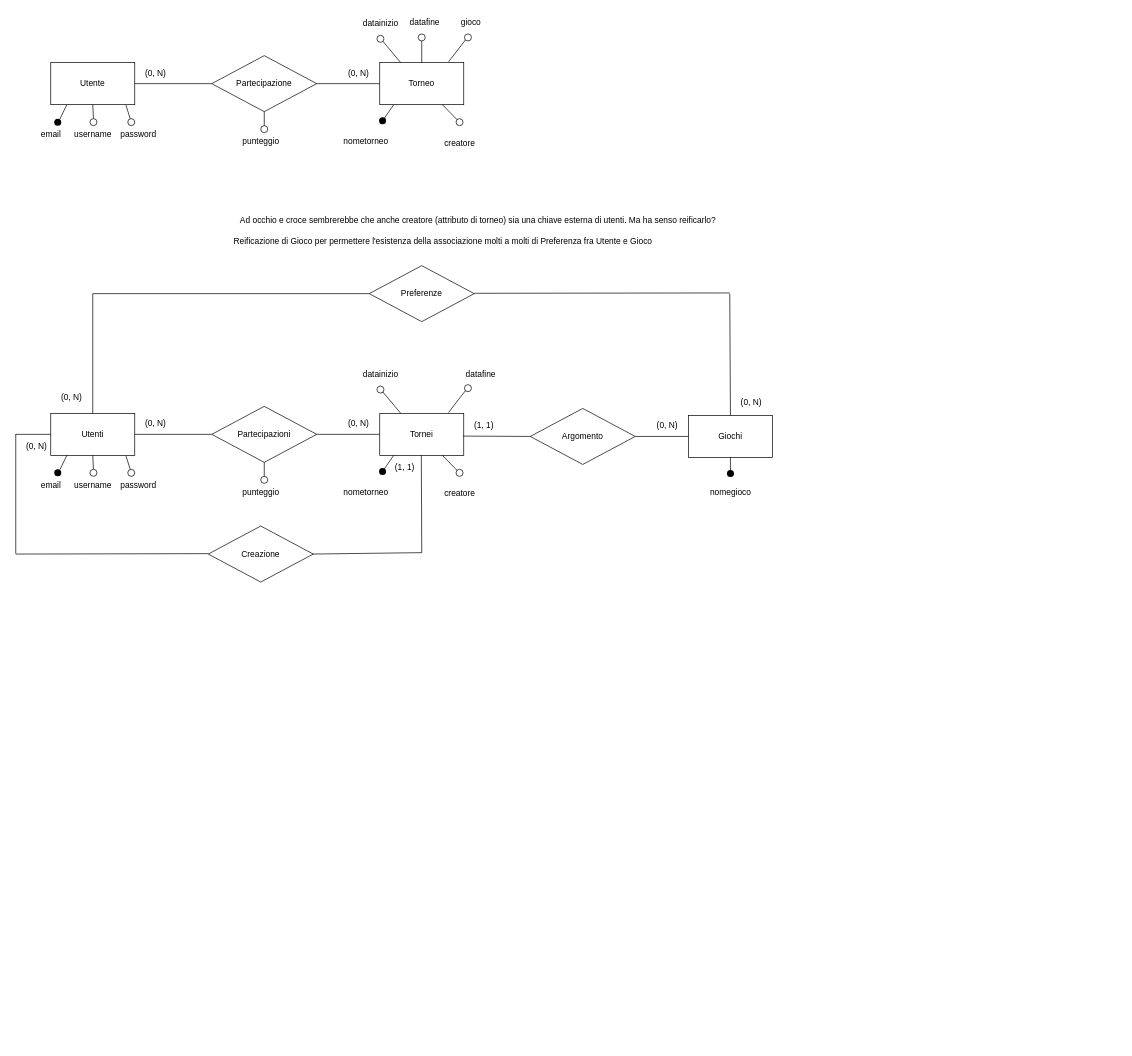
Earlier version of the draw.io diagram EF2/documentazione_progetto/ERADatabase.drawio (IngSW-unipv/Progetto-K24). Source tidied: cells renumbered, new cells numbered last; positions are measured from the earlier drawing's top-left corner, leaving out a move shared by most shapes. Both pictures are drawn from the tidied source at 70%, with x=0, y=0 at pixel (15, 12).
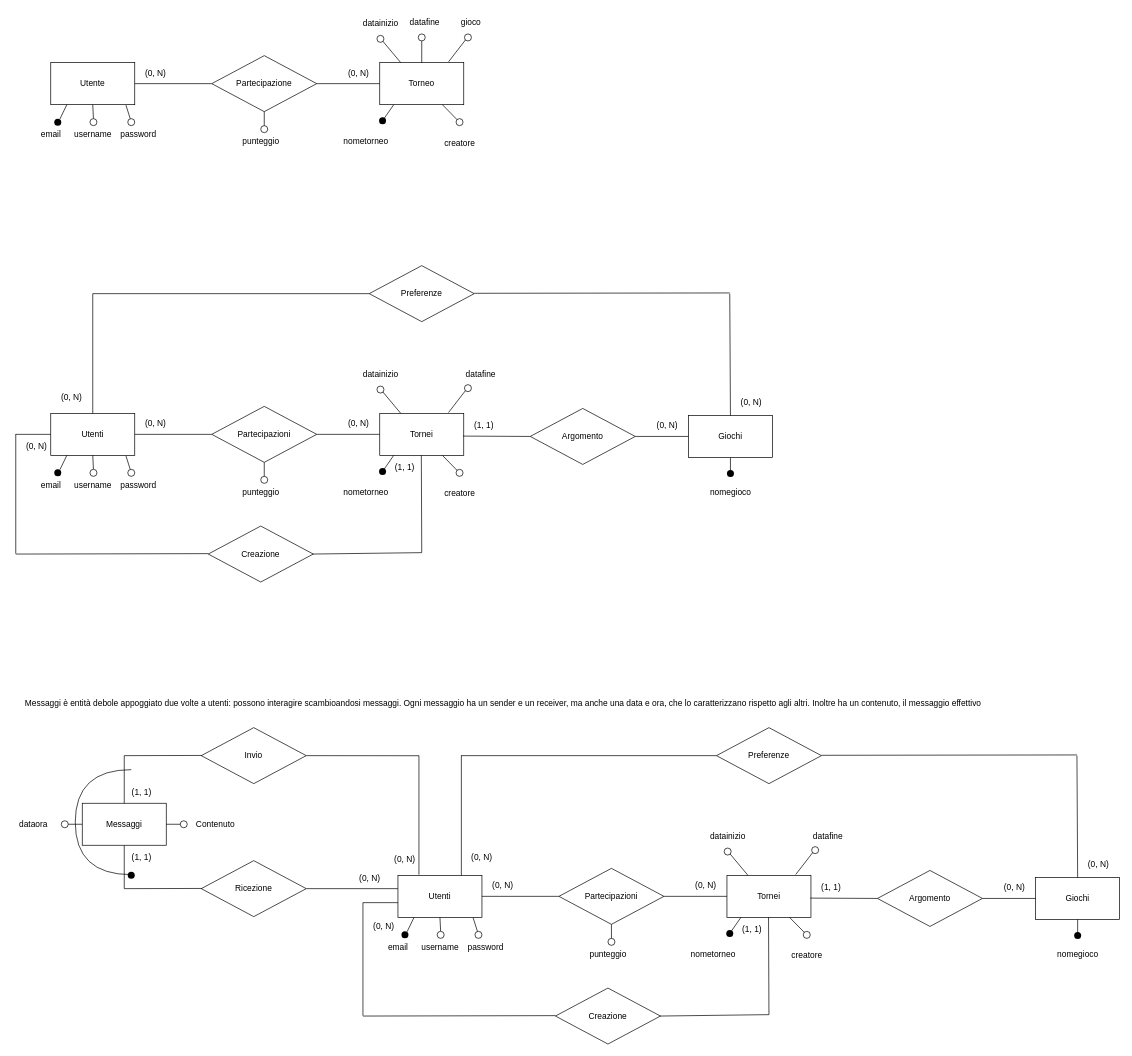
After the change.

The edit, as a diff of the source:
```diff
@@
-    <mxCell id="90" value="Reificazione di Gioco per permettere l'esistenza della associazione molti a molti di Preferenza fra Utente e Gioco" style="text;html=1;align=center;verticalAlign=middle;strokeColor=none;fillColor=none;" parent="1" vertex="1">
-      <mxGeometry x="300" y="312" width="620" height="30" as="geometry" />
-    </mxCell>
-    <mxCell id="91" value="Ad occhio e croce sembrerebbe che anche creatore (attributo di torneo) sia una chiave esterna di utenti. Ma ha senso reificarlo?" style="text;html=1;align=center;verticalAlign=middle;strokeColor=none;fillColor=none;" parent="1" vertex="1">
-      <mxGeometry x="310" y="282" width="700" height="30" as="geometry" />
-    </mxCell>
@@
+    <mxCell id="100" value="Partecipazioni" style="rhombus;whiteSpace=wrap;html=1;" parent="1" vertex="1">
+      <mxGeometry x="776" y="1223" width="150" height="80" as="geometry" />
+    </mxCell>
+    <mxCell id="101" value="Utenti" style="rounded=0;whiteSpace=wrap;html=1;" parent="1" vertex="1">
+      <mxGeometry x="546" y="1233" width="120" height="60" as="geometry" />
+    </mxCell>
+    <mxCell id="102" value="Tornei" style="rounded=0;whiteSpace=wrap;html=1;" parent="1" vertex="1">
+      <mxGeometry x="1016" y="1233" width="120" height="60" as="geometry" />
+    </mxCell>
+    <mxCell id="103" style="endArrow=none;html=1;rounded=0;exitX=1;exitY=0.5;exitDx=0;exitDy=0;entryX=0;entryY=0.5;entryDx=0;entryDy=0;" parent="1" edge="1" source="101" target="100">
+      <mxGeometry relative="1" as="geometry" />
+    </mxCell>
+    <mxCell id="104" style="endArrow=none;html=1;rounded=0;exitX=1;exitY=0.5;exitDx=0;exitDy=0;entryX=0;entryY=0.5;entryDx=0;entryDy=0;" parent="1" edge="1" source="100" target="102">
+      <mxGeometry relative="1" as="geometry" />
+    </mxCell>
+    <mxCell id="105" value="(0, N)" style="text;html=1;align=center;verticalAlign=middle;whiteSpace=wrap;rounded=0;" parent="1" vertex="1">
+      <mxGeometry x="666" y="1233" width="60" height="30" as="geometry" />
+    </mxCell>
+    <mxCell id="106" value="(0, N)" style="text;html=1;align=center;verticalAlign=middle;whiteSpace=wrap;rounded=0;" parent="1" vertex="1">
+      <mxGeometry x="956" y="1233" width="60" height="30" as="geometry" />
+    </mxCell>
+    <mxCell id="107" style="group;" parent="1" vertex="1">
+      <mxGeometry x="602" y="1313" width="10" height="10" as="geometry" />
+    </mxCell>
+    <mxCell id="108" style="endArrow=none;html=1;rounded=0;entryX=0.5;entryY=1;entryDx=0;entryDy=0;" parent="107" edge="1" target="101">
+      <mxGeometry relative="1" as="geometry">
+        <mxPoint x="5" as="sourcePoint" />
+      </mxGeometry>
+    </mxCell>
+    <mxCell id="109" style="ellipse;html=1;" parent="107" vertex="1">
+      <mxGeometry width="10" height="10" as="geometry" />
+    </mxCell>
+    <mxCell id="110" style="shape=waypoint;sketch=0;fillStyle=solid;size=10;fillColor=none;perimeter=centerPerimeter;" parent="1" vertex="1">
+      <mxGeometry x="546" y="1308" width="20" height="20" as="geometry" />
+    </mxCell>
+    <mxCell id="111" style="group;" parent="1" vertex="1">
+      <mxGeometry x="686" y="1353" width="10" height="10" as="geometry" />
+    </mxCell>
+    <mxCell id="112" style="ellipse;whiteSpace=wrap;html=1;" parent="111" vertex="1">
+      <mxGeometry x="-30" y="-40" width="10" height="10" as="geometry" />
+    </mxCell>
+    <mxCell id="113" style="endArrow=none;html=1;rounded=0;entryX=0.895;entryY=1.011;entryDx=0;entryDy=0;entryPerimeter=0;" parent="1" edge="1" source="112" target="101">
+      <mxGeometry relative="1" as="geometry" />
+    </mxCell>
+    <mxCell id="114" style="endArrow=none;html=1;rounded=0;entryX=0.25;entryY=1;entryDx=0;entryDy=0;" parent="1" edge="1">
+      <mxGeometry relative="1" as="geometry">
+        <mxPoint x="559.1" y="1313.5" as="sourcePoint" />
+        <mxPoint x="569" y="1293" as="targetPoint" />
+      </mxGeometry>
+    </mxCell>
+    <mxCell id="115" value="email" style="text;html=1;align=center;verticalAlign=middle;strokeColor=none;fillColor=none;" parent="1" vertex="1">
+      <mxGeometry x="521" y="1321" width="50" height="30" as="geometry" />
+    </mxCell>
+    <mxCell id="116" value="username" style="text;html=1;align=center;verticalAlign=middle;strokeColor=none;fillColor=none;" parent="1" vertex="1">
+      <mxGeometry x="566" y="1321" width="80" height="30" as="geometry" />
+    </mxCell>
+    <mxCell id="117" value="password" style="text;html=1;align=center;verticalAlign=middle;strokeColor=none;fillColor=none;" parent="1" vertex="1">
+      <mxGeometry x="636" y="1321" width="70" height="30" as="geometry" />
+    </mxCell>
+    <mxCell id="118" style="endArrow=none;html=1;rounded=0;exitDx=0;exitDy=0;" parent="1" edge="1" source="127">
+      <mxGeometry relative="1" as="geometry">
+        <mxPoint x="1036" y="1293" as="targetPoint" />
+      </mxGeometry>
+    </mxCell>
+    <mxCell id="119" style="ellipse;html=1;" parent="1" vertex="1">
+      <mxGeometry x="1125" y="1313" width="10" height="10" as="geometry" />
+    </mxCell>
+    <mxCell id="120" style="ellipse;html=1;" parent="1" vertex="1">
+      <mxGeometry x="846" y="1323" width="10" height="10" as="geometry" />
+    </mxCell>
+    <mxCell id="121" style="endArrow=none;html=1;rounded=0;exitX=0;exitY=0;exitDx=0;exitDy=0;" parent="1" edge="1" source="119" target="102">
+      <mxGeometry relative="1" as="geometry" />
+    </mxCell>
+    <mxCell id="122" style="ellipse;html=1;" parent="1" vertex="1">
+      <mxGeometry x="1012" y="1194" width="10" height="10" as="geometry" />
+    </mxCell>
+    <mxCell id="123" style="endArrow=none;html=1;rounded=0;exitX=1;exitY=1;exitDx=0;exitDy=0;entryX=0.25;entryY=0;entryDx=0;entryDy=0;" parent="1" edge="1" source="122" target="102">
+      <mxGeometry relative="1" as="geometry" />
+    </mxCell>
+    <mxCell id="124" style="ellipse;html=1;" parent="1" vertex="1">
+      <mxGeometry x="1137" y="1192" width="10" height="10" as="geometry" />
+    </mxCell>
+    <mxCell id="125" style="endArrow=none;html=1;rounded=0;exitX=0;exitY=1;exitDx=0;exitDy=0;entryX=0.819;entryY=-0.02;entryDx=0;entryDy=0;entryPerimeter=0;" parent="1" edge="1" source="124" target="102">
+      <mxGeometry relative="1" as="geometry" />
+    </mxCell>
+    <mxCell id="126" style="endArrow=none;html=1;rounded=0;exitX=1;exitY=0;exitDx=0;exitDy=0;" parent="1" edge="1" target="127">
+      <mxGeometry relative="1" as="geometry">
+        <mxPoint x="1023.5" y="1312.5" as="sourcePoint" />
+      </mxGeometry>
+    </mxCell>
+    <mxCell id="127" style="shape=waypoint;sketch=0;fillStyle=solid;size=10;points=[];fillColor=none;perimeter=centerPerimeter;snapToPoint=1;" parent="1" vertex="1">
+      <mxGeometry x="1010" y="1306" width="20" height="20" as="geometry" />
+    </mxCell>
+    <mxCell id="128" style="endArrow=none;html=1;rounded=0;exitX=0.5;exitY=0;exitDx=0;exitDy=0;entryX=0.5;entryY=1;entryDx=0;entryDy=0;" parent="1" edge="1">
+      <mxGeometry relative="1" as="geometry">
+        <mxPoint x="851" y="1323" as="sourcePoint" />
+        <mxPoint x="851" y="1303" as="targetPoint" />
+      </mxGeometry>
+    </mxCell>
+    <mxCell id="129" value="nometorneo" style="text;html=1;align=center;verticalAlign=middle;strokeColor=none;fillColor=none;" parent="1" vertex="1">
+      <mxGeometry x="951" y="1331" width="90" height="30" as="geometry" />
+    </mxCell>
+    <mxCell id="130" value="creatore" style="text;html=1;align=center;verticalAlign=middle;strokeColor=none;fillColor=none;" parent="1" vertex="1">
+      <mxGeometry x="1095" y="1333" width="70" height="30" as="geometry" />
+    </mxCell>
+    <mxCell id="131" value="datainizio" style="text;html=1;align=center;verticalAlign=middle;strokeColor=none;fillColor=none;" parent="1" vertex="1">
+      <mxGeometry x="982" y="1162" width="70" height="30" as="geometry" />
+    </mxCell>
+    <mxCell id="132" value="datafine" style="text;html=1;align=center;verticalAlign=middle;strokeColor=none;fillColor=none;" parent="1" vertex="1">
+      <mxGeometry x="1125" y="1162" width="70" height="30" as="geometry" />
+    </mxCell>
+    <mxCell id="133" value="punteggio" style="text;html=1;align=center;verticalAlign=middle;strokeColor=none;fillColor=none;" parent="1" vertex="1">
+      <mxGeometry x="806" y="1331" width="80" height="30" as="geometry" />
+    </mxCell>
+    <mxCell id="134" value="Giochi" style="rounded=0;whiteSpace=wrap;html=1;" parent="1" vertex="1">
+      <mxGeometry x="1457" y="1236" width="120" height="60" as="geometry" />
+    </mxCell>
+    <mxCell id="135" value="Argomento" style="rhombus;whiteSpace=wrap;html=1;" parent="1" vertex="1">
+      <mxGeometry x="1231" y="1226" width="150" height="80" as="geometry" />
+    </mxCell>
+    <mxCell id="136" value="Preferenze" style="rhombus;whiteSpace=wrap;html=1;" parent="1" vertex="1">
+      <mxGeometry x="1001" y="1022" width="150" height="80" as="geometry" />
+    </mxCell>
+    <mxCell id="137" style="endArrow=none;html=1;rounded=0;exitX=1;exitY=0.5;exitDx=0;exitDy=0;entryX=0;entryY=0.5;entryDx=0;entryDy=0;" parent="1" edge="1" target="135">
+      <mxGeometry relative="1" as="geometry">
+        <mxPoint x="1135" y="1265.5" as="sourcePoint" />
+      </mxGeometry>
+    </mxCell>
+    <mxCell id="138" style="endArrow=none;html=1;rounded=0;exitX=1;exitY=0.5;exitDx=0;exitDy=0;entryX=0;entryY=0.5;entryDx=0;entryDy=0;" parent="1" edge="1" source="135" target="134">
+      <mxGeometry relative="1" as="geometry" />
+    </mxCell>
+    <mxCell id="139" style="endArrow=none;html=1;rounded=0;exitDx=0;exitDy=0;entryX=0.5;entryY=1;entryDx=0;entryDy=0;" parent="1" edge="1" source="141" target="134">
+      <mxGeometry relative="1" as="geometry" />
+    </mxCell>
+    <mxCell id="140" style="endArrow=none;html=1;rounded=0;exitX=1;exitY=0;exitDx=0;exitDy=0;" parent="1" edge="1" target="141">
+      <mxGeometry relative="1" as="geometry">
+        <mxPoint x="1513.5" y="1315.5" as="sourcePoint" />
+      </mxGeometry>
+    </mxCell>
+    <mxCell id="141" style="shape=waypoint;sketch=0;fillStyle=solid;size=10;points=[];fillColor=none;perimeter=centerPerimeter;snapToPoint=1;" parent="1" vertex="1">
+      <mxGeometry x="1507" y="1309" width="20" height="20" as="geometry" />
+    </mxCell>
+    <mxCell id="142" value="nomegioco" style="text;html=1;align=center;verticalAlign=middle;strokeColor=none;fillColor=none;" parent="1" vertex="1">
+      <mxGeometry x="1477" y="1331" width="80" height="30" as="geometry" />
+    </mxCell>
+    <mxCell id="143" value="(0, N)" style="text;html=1;align=center;verticalAlign=middle;whiteSpace=wrap;rounded=0;" parent="1" vertex="1">
+      <mxGeometry x="1397" y="1236" width="60" height="30" as="geometry" />
+    </mxCell>
+    <mxCell id="144" value="(1, 1)" style="text;html=1;align=center;verticalAlign=middle;whiteSpace=wrap;rounded=0;" parent="1" vertex="1">
+      <mxGeometry x="1135" y="1236" width="60" height="30" as="geometry" />
+    </mxCell>
+    <mxCell id="145" style="endArrow=none;html=1;rounded=0;exitX=0.5;exitY=0;exitDx=0;exitDy=0;" parent="1" edge="1">
+      <mxGeometry relative="1" as="geometry">
+        <mxPoint x="636.6" y="1233" as="sourcePoint" />
+        <mxPoint x="636.6" y="1062" as="targetPoint" />
+      </mxGeometry>
+    </mxCell>
+    <mxCell id="146" style="endArrow=none;html=1;rounded=0;exitX=0.5;exitY=0;exitDx=0;exitDy=0;" parent="1" edge="1" source="134">
+      <mxGeometry relative="1" as="geometry">
+        <mxPoint x="1516" y="1062" as="targetPoint" />
+      </mxGeometry>
+    </mxCell>
+    <mxCell id="147" style="endArrow=none;html=1;rounded=0;exitX=0;exitY=0.5;exitDx=0;exitDy=0;" parent="1" edge="1" source="136">
+      <mxGeometry relative="1" as="geometry">
+        <mxPoint x="636" y="1062" as="targetPoint" />
+      </mxGeometry>
+    </mxCell>
+    <mxCell id="148" style="endArrow=none;html=1;rounded=0;" parent="1" edge="1">
+      <mxGeometry relative="1" as="geometry">
+        <mxPoint x="1516" y="1061" as="sourcePoint" />
+        <mxPoint x="1151" y="1061.5" as="targetPoint" />
+      </mxGeometry>
+    </mxCell>
+    <mxCell id="149" value="(0, N)" style="text;html=1;align=center;verticalAlign=middle;whiteSpace=wrap;rounded=0;" parent="1" vertex="1">
+      <mxGeometry x="1517" y="1202" width="60" height="30" as="geometry" />
+    </mxCell>
+    <mxCell id="150" value="(0, N)" style="text;html=1;align=center;verticalAlign=middle;whiteSpace=wrap;rounded=0;" parent="1" vertex="1">
+      <mxGeometry x="636" y="1192" width="60" height="30" as="geometry" />
+    </mxCell>
+    <mxCell id="151" style="endArrow=none;html=1;rounded=0;exitX=0.5;exitY=0;exitDx=0;exitDy=0;" parent="1" edge="1">
+      <mxGeometry relative="1" as="geometry">
+        <mxPoint x="496" y="1433.5" as="sourcePoint" />
+        <mxPoint x="496" y="1272" as="targetPoint" />
+      </mxGeometry>
+    </mxCell>
+    <mxCell id="152" style="endArrow=none;html=1;rounded=0;entryX=0;entryY=0.5;entryDx=0;entryDy=0;" parent="1" edge="1">
+      <mxGeometry relative="1" as="geometry">
+        <mxPoint x="496" y="1272" as="sourcePoint" />
+        <mxPoint x="546" y="1272" as="targetPoint" />
+      </mxGeometry>
+    </mxCell>
+    <mxCell id="153" value="Creazione" style="rhombus;whiteSpace=wrap;html=1;" parent="1" vertex="1">
+      <mxGeometry x="771" y="1394" width="150" height="80" as="geometry" />
+    </mxCell>
+    <mxCell id="154" style="endArrow=none;html=1;rounded=0;entryX=0;entryY=0.5;entryDx=0;entryDy=0;" parent="1" edge="1">
+      <mxGeometry relative="1" as="geometry">
+        <mxPoint x="496" y="1434" as="sourcePoint" />
+        <mxPoint x="771" y="1433.4" as="targetPoint" />
+      </mxGeometry>
+    </mxCell>
+    <mxCell id="155" style="endArrow=none;html=1;rounded=0;" parent="1" edge="1">
+      <mxGeometry relative="1" as="geometry">
+        <mxPoint x="1076" y="1432" as="sourcePoint" />
+        <mxPoint x="1075.4" y="1293" as="targetPoint" />
+      </mxGeometry>
+    </mxCell>
+    <mxCell id="156" style="endArrow=none;html=1;rounded=0;" parent="1" edge="1">
+      <mxGeometry relative="1" as="geometry">
+        <mxPoint x="920" y="1434" as="sourcePoint" />
+        <mxPoint x="1076" y="1432" as="targetPoint" />
+      </mxGeometry>
+    </mxCell>
+    <mxCell id="157" value="(0, N)" style="text;html=1;align=center;verticalAlign=middle;whiteSpace=wrap;rounded=0;" parent="1" vertex="1">
+      <mxGeometry x="496" y="1291" width="60" height="30" as="geometry" />
+    </mxCell>
+    <mxCell id="158" value="(1, 1)" style="text;html=1;align=center;verticalAlign=middle;whiteSpace=wrap;rounded=0;" parent="1" vertex="1">
+      <mxGeometry x="1022" y="1296" width="60" height="30" as="geometry" />
+    </mxCell>
+    <mxCell id="159" style="endArrow=none;html=1;rounded=0;entryX=0;entryY=0.5;entryDx=0;entryDy=0;" parent="1" edge="1" source="170">
+      <mxGeometry relative="1" as="geometry">
+        <mxPoint x="546" y="1252" as="targetPoint" />
+      </mxGeometry>
+    </mxCell>
+    <mxCell id="160" value="(0, N)" style="text;html=1;align=center;verticalAlign=middle;whiteSpace=wrap;rounded=0;" parent="1" vertex="1">
+      <mxGeometry x="476" y="1222" width="60" height="30" as="geometry" />
+    </mxCell>
+    <mxCell id="161" style="endArrow=none;html=1;rounded=0;exitX=0.5;exitY=0;exitDx=0;exitDy=0;" parent="1" edge="1">
+      <mxGeometry relative="1" as="geometry">
+        <mxPoint x="576" y="1232" as="sourcePoint" />
+        <mxPoint x="576" y="1062" as="targetPoint" />
+      </mxGeometry>
+    </mxCell>
+    <mxCell id="162" style="endArrow=none;html=1;rounded=0;entryX=0.5;entryY=1;entryDx=0;entryDy=0;" parent="1" edge="1" target="169">
+      <mxGeometry relative="1" as="geometry">
+        <mxPoint x="155" y="1252" as="sourcePoint" />
+      </mxGeometry>
+    </mxCell>
+    <mxCell id="163" style="endArrow=none;html=1;rounded=0;entryX=0;entryY=0.5;entryDx=0;entryDy=0;exitX=1;exitY=0.5;exitDx=0;exitDy=0;" parent="1" edge="1" source="171">
+      <mxGeometry relative="1" as="geometry">
+        <mxPoint x="576" y="1062.1" as="targetPoint" />
+      </mxGeometry>
+    </mxCell>
+    <mxCell id="164" value="(0, N)" style="text;html=1;align=center;verticalAlign=middle;whiteSpace=wrap;rounded=0;" parent="1" vertex="1">
+      <mxGeometry x="526" y="1196" width="60" height="30" as="geometry" />
+    </mxCell>
+    <mxCell id="165" style="ellipse;html=1;" parent="1" vertex="1">
+      <mxGeometry x="65" y="1155" width="10" height="10" as="geometry" />
+    </mxCell>
+    <mxCell id="166" style="endArrow=none;html=1;rounded=0;entryX=0;entryY=0.5;entryDx=0;entryDy=0;" parent="1" edge="1" target="169">
+      <mxGeometry relative="1" as="geometry">
+        <mxPoint x="75" y="1160" as="sourcePoint" />
+      </mxGeometry>
+    </mxCell>
+    <mxCell id="167" value="dataora" style="text;html=1;align=center;verticalAlign=middle;strokeColor=none;fillColor=none;" parent="1" vertex="1">
+      <mxGeometry x="-5" y="1145" width="60" height="30" as="geometry" />
+    </mxCell>
+    <mxCell id="168" value="Messaggi è entità debole appoggiato due volte a utenti: possono interagire scambioandosi messaggi. Ogni messaggio ha un sender e un receiver, ma anche una data e ora, che lo caratterizzano rispetto agli altri. Inoltre ha un contenuto, il messaggio effettivo" style="text;html=1;align=center;verticalAlign=middle;strokeColor=none;fillColor=none;" parent="1" vertex="1">
+      <mxGeometry x="1" y="972" width="1390" height="30" as="geometry" />
+    </mxCell>
+    <mxCell id="169" value="Messaggi" style="rounded=0;whiteSpace=wrap;html=1;" parent="1" vertex="1">
+      <mxGeometry x="95" y="1130" width="120" height="60" as="geometry" />
+    </mxCell>
+    <mxCell id="170" value="Ricezione" style="rhombus;whiteSpace=wrap;html=1;" parent="1" vertex="1">
+      <mxGeometry x="265" y="1212" width="150" height="80" as="geometry" />
+    </mxCell>
+    <mxCell id="171" value="Invio" style="rhombus;whiteSpace=wrap;html=1;" parent="1" vertex="1">
+      <mxGeometry x="265" y="1022" width="150" height="80" as="geometry" />
+    </mxCell>
+    <mxCell id="172" style="endArrow=none;html=1;rounded=0;exitX=0.5;exitY=0;exitDx=0;exitDy=0;" parent="1" edge="1" source="169">
+      <mxGeometry relative="1" as="geometry">
+        <mxPoint x="155" y="1062" as="targetPoint" />
+      </mxGeometry>
+    </mxCell>
+    <mxCell id="173" style="shape=waypoint;sketch=0;fillStyle=solid;size=10;fillColor=none;perimeter=centerPerimeter;" parent="1" vertex="1">
+      <mxGeometry x="155" y="1223" width="20" height="20" as="geometry" />
+    </mxCell>
+    <mxCell id="174" style="endArrow=none;html=1;rounded=0;entryX=0;entryY=0.5;entryDx=0;entryDy=0;" parent="1" edge="1">
+      <mxGeometry relative="1" as="geometry">
+        <mxPoint x="155" y="1062" as="sourcePoint" />
+        <mxPoint x="266" y="1061.7" as="targetPoint" />
+      </mxGeometry>
+    </mxCell>
+    <mxCell id="175" style="endArrow=none;html=1;rounded=0;entryX=0;entryY=0.5;entryDx=0;entryDy=0;" parent="1" edge="1">
+      <mxGeometry relative="1" as="geometry">
+        <mxPoint x="155" y="1252" as="sourcePoint" />
+        <mxPoint x="266" y="1251.7" as="targetPoint" />
+      </mxGeometry>
+    </mxCell>
+    <mxCell id="176" style="shape=requiredInterface;html=1;verticalLabelPosition=bottom;sketch=0;direction=west;" parent="1" vertex="1">
+      <mxGeometry x="85" y="1082" width="80" height="150" as="geometry" />
+    </mxCell>
+    <mxCell id="177" style="ellipse;html=1;" parent="1" vertex="1">
+      <mxGeometry x="235" y="1155" width="10" height="10" as="geometry" />
+    </mxCell>
+    <mxCell id="178" style="endArrow=none;html=1;rounded=0;entryX=1;entryY=0.5;entryDx=0;entryDy=0;exitX=0;exitY=0.5;exitDx=0;exitDy=0;" parent="1" edge="1" source="177" target="169">
+      <mxGeometry relative="1" as="geometry" />
+    </mxCell>
+    <mxCell id="179" value="Contenuto" style="text;html=1;align=center;verticalAlign=middle;strokeColor=none;fillColor=none;" parent="1" vertex="1">
+      <mxGeometry x="245" y="1145" width="80" height="30" as="geometry" />
+    </mxCell>
+    <mxCell id="180" value="(1, 1)" style="text;html=1;align=center;verticalAlign=middle;whiteSpace=wrap;rounded=0;" parent="1" vertex="1">
+      <mxGeometry x="150" y="1100" width="60" height="30" as="geometry" />
+    </mxCell>
+    <mxCell id="181" value="(1, 1)" style="text;html=1;align=center;verticalAlign=middle;whiteSpace=wrap;rounded=0;" parent="1" vertex="1">
+      <mxGeometry x="150" y="1192" width="60" height="30" as="geometry" />
+    </mxCell>
```
